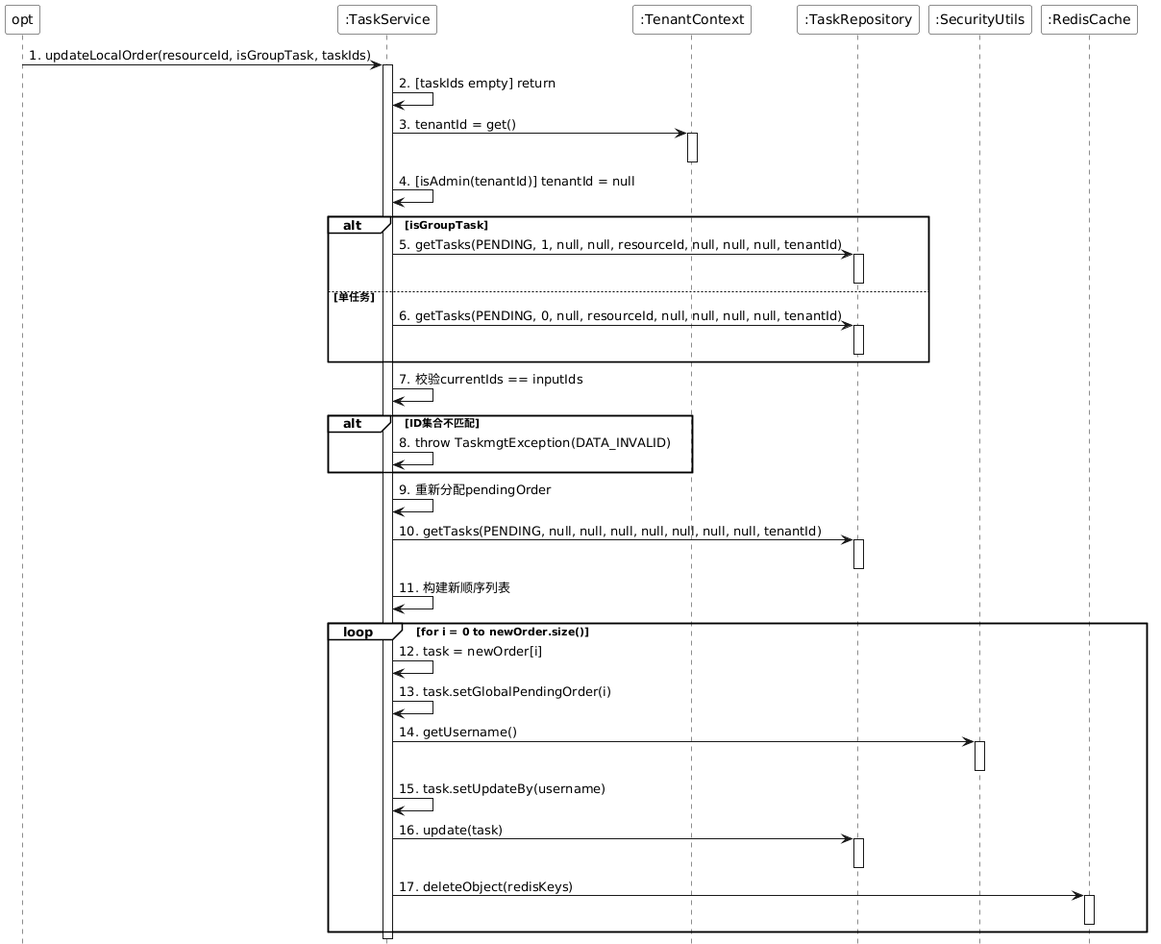
Earlier version of the PlantUML export doc/taskmgt/png/sequence/updateLocalOrderSequence.png (laborday922/RobotBackendManagementSystem). Its diagram source:
```plantuml
@startuml
skinparam monochrome true
skinparam backgroundColor transparent
skinparam participantBackgroundColor white
skinparam noteBackgroundColor white
skinparam noteBorderColor Black
hide footbox
skinparam sequenceGroupBackgroundColor White
skinparam sequenceGroupBodyBackgroundColor White

participant "opt" as opt
participant ":TaskService" as TaskService
participant ":TenantContext" as TenantContext
participant ":TaskRepository" as TaskRepository
participant ":SecurityUtils" as SecurityUtils
participant ":RedisCache" as RedisCache

opt -> TaskService : 1. updateLocalOrder(resourceId, isGroupTask, taskIds)
activate TaskService

TaskService -> TaskService : 2. [taskIds empty] return

TaskService -> TenantContext : 3. tenantId = get()
activate TenantContext
deactivate TenantContext
TaskService -> TaskService : 4. [isAdmin(tenantId)] tenantId = null

alt isGroupTask
    TaskService -> TaskRepository : 5. getTasks(PENDING, 1, null, null, resourceId, null, null, null, tenantId)
    activate TaskRepository
    deactivate TaskRepository
else 单任务
    TaskService -> TaskRepository : 6. getTasks(PENDING, 0, null, resourceId, null, null, null, null, tenantId)
    activate TaskRepository
    deactivate TaskRepository
end

TaskService -> TaskService : 7. 校验currentIds == inputIds

alt ID集合不匹配
    TaskService -> TaskService : 8. throw TaskmgtException(DATA_INVALID)
end

TaskService -> TaskService : 9. 重新分配pendingOrder

TaskService -> TaskRepository : 10. getTasks(PENDING, null, null, null, null, null, null, null, tenantId)
activate TaskRepository
deactivate TaskRepository

TaskService -> TaskService : 11. 构建新顺序列表

loop for i = 0 to newOrder.size()
    TaskService -> TaskService : 12. task = newOrder[i]
    TaskService -> TaskService : 13. task.setGlobalPendingOrder(i)
    TaskService -> SecurityUtils : 14. getUsername()
    activate SecurityUtils
    deactivate SecurityUtils
    TaskService -> TaskService : 15. task.setUpdateBy(username)

    TaskService -> TaskRepository : 16. update(task)
    activate TaskRepository
    deactivate TaskRepository

    TaskService -> RedisCache : 17. deleteObject(redisKeys)
    activate RedisCache
    deactivate RedisCache
end

deactivate TaskService
@enduml
```
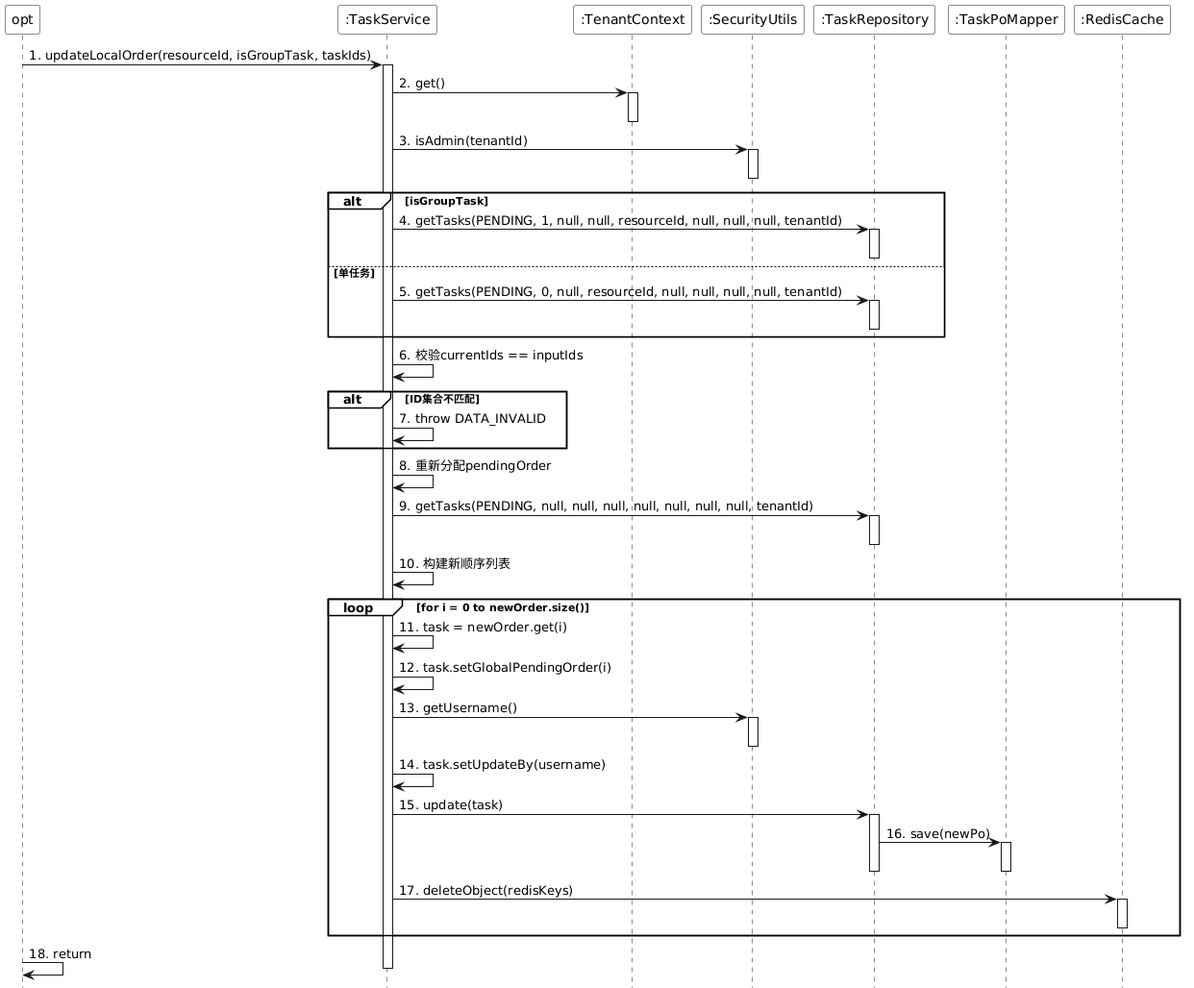
The same diagram one commit later.

Change to the diagram source:
```diff
@@ -11,54 +11,57 @@
 participant "opt" as opt
 participant ":TaskService" as TaskService
 participant ":TenantContext" as TenantContext
+participant ":SecurityUtils" as SecurityUtils
 participant ":TaskRepository" as TaskRepository
-participant ":SecurityUtils" as SecurityUtils
+participant ":TaskPoMapper" as TaskPoMapper
 participant ":RedisCache" as RedisCache
 
 opt -> TaskService : 1. updateLocalOrder(resourceId, isGroupTask, taskIds)
 activate TaskService
 
-TaskService -> TaskService : 2. [taskIds empty] return
-
-TaskService -> TenantContext : 3. tenantId = get()
+TaskService -> TenantContext : 2. get()
 activate TenantContext
 deactivate TenantContext
-TaskService -> TaskService : 4. [isAdmin(tenantId)] tenantId = null
+TaskService -> SecurityUtils : 3. isAdmin(tenantId)
+activate SecurityUtils
+deactivate SecurityUtils
 
 alt isGroupTask
-    TaskService -> TaskRepository : 5. getTasks(PENDING, 1, null, null, resourceId, null, null, null, tenantId)
+    TaskService -> TaskRepository : 4. getTasks(PENDING, 1, null, null, resourceId, null, null, null, tenantId)
     activate TaskRepository
     deactivate TaskRepository
 else 单任务
-    TaskService -> TaskRepository : 6. getTasks(PENDING, 0, null, resourceId, null, null, null, null, tenantId)
+    TaskService -> TaskRepository : 5. getTasks(PENDING, 0, null, resourceId, null, null, null, null, tenantId)
     activate TaskRepository
     deactivate TaskRepository
 end
 
-TaskService -> TaskService : 7. 校验currentIds == inputIds
-
+TaskService -> TaskService : 6. 校验currentIds == inputIds
 alt ID集合不匹配
-    TaskService -> TaskService : 8. throw TaskmgtException(DATA_INVALID)
+    TaskService -> TaskService : 7. throw DATA_INVALID
 end
 
-TaskService -> TaskService : 9. 重新分配pendingOrder
-
-TaskService -> TaskRepository : 10. getTasks(PENDING, null, null, null, null, null, null, null, tenantId)
+TaskService -> TaskService : 8. 重新分配pendingOrder
+TaskService -> TaskRepository : 9. getTasks(PENDING, null, null, null, null, null, null, null, tenantId)
 activate TaskRepository
 deactivate TaskRepository
 
-TaskService -> TaskService : 11. 构建新顺序列表
+TaskService -> TaskService : 10. 构建新顺序列表
 
 loop for i = 0 to newOrder.size()
-    TaskService -> TaskService : 12. task = newOrder[i]
-    TaskService -> TaskService : 13. task.setGlobalPendingOrder(i)
-    TaskService -> SecurityUtils : 14. getUsername()
+    TaskService -> TaskService : 11. task = newOrder.get(i)
+    TaskService -> TaskService : 12. task.setGlobalPendingOrder(i)
+
+    TaskService -> SecurityUtils : 13. getUsername()
     activate SecurityUtils
     deactivate SecurityUtils
-    TaskService -> TaskService : 15. task.setUpdateBy(username)
+    TaskService -> TaskService : 14. task.setUpdateBy(username)
 
-    TaskService -> TaskRepository : 16. update(task)
+    TaskService -> TaskRepository : 15. update(task)
     activate TaskRepository
+    TaskRepository -> TaskPoMapper : 16. save(newPo)
+    activate TaskPoMapper
+    deactivate TaskPoMapper
     deactivate TaskRepository
 
     TaskService -> RedisCache : 17. deleteObject(redisKeys)
@@ -66,5 +69,6 @@
     deactivate RedisCache
 end
 
+opt -> opt : 18. return
 deactivate TaskService
 @enduml
```
